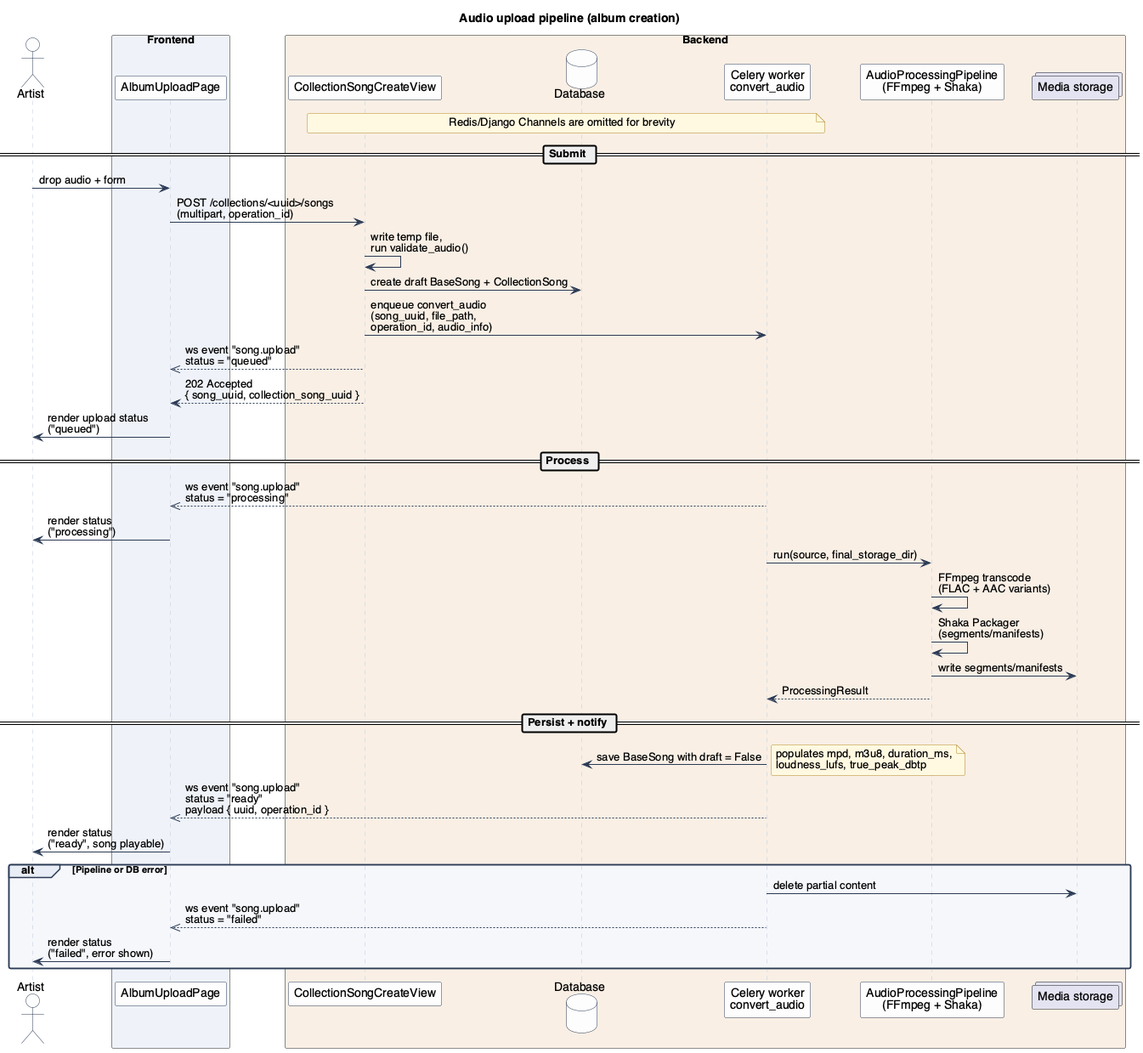
ddrddrr/musikk keeps this PlantUML diagram as text/diagrams/AudioUploadFlow.png. Above is the earlier version. The source it was exported from:
```plantuml
@startuml AudioUploadFlow

!include ../_style.puml

title Audio upload pipeline (album creation)

actor Artist as artist

box "Frontend" #EEF2F8
participant "AlbumUploadPage" as frontend
end box

box "Backend" #F8EFE5
participant "CollectionSongCreateView" as backend
database "Database" as database
participant "Celery worker\nconvert_audio" as worker
participant "AudioProcessingPipeline\n(FFmpeg + Shaka)" as audio_pipeline
collections "Media storage" as media_storage
end box

note over backend, worker
Redis/Django Channels are omitted for brevity
end note

== Submit ==
artist -> frontend : drop audio + form
frontend -> backend : POST /collections/<uuid>/songs\n(multipart, operation_id)
backend -> backend : write temp file,\nrun validate_audio()
backend -> database : create draft BaseSong + CollectionSong
backend -> worker : enqueue convert_audio\n(song_uuid, file_path,\noperation_id, audio_info)
backend -->> frontend : ws event "song.upload"\nstatus = "queued"
backend --> frontend : 202 Accepted\n{ song_uuid, collection_song_uuid }
frontend -> artist : render upload status\n("queued")

== Process ==
worker -->> frontend : ws event "song.upload"\nstatus = "processing"
frontend -> artist : render status\n("processing")
worker -> audio_pipeline : run(source, final_storage_dir)
audio_pipeline -> audio_pipeline : FFmpeg transcode\n(FLAC + AAC variants)
audio_pipeline -> audio_pipeline : Shaka Packager\n(segments/manifests)
audio_pipeline -> media_storage : write segments/manifests
audio_pipeline --> worker : ProcessingResult

== Persist + notify ==
worker -> database : save BaseSong with draft = False
note right
populates mpd, m3u8, duration_ms,
loudness_lufs, true_peak_dbtp
end note
worker -->> frontend : ws event "song.upload"\nstatus = "ready"\npayload { uuid, operation_id }
frontend -> artist : render status\n("ready", song playable)

alt Pipeline or DB error
worker -> media_storage : delete partial content
worker -->> frontend : ws event "song.upload"\nstatus = "failed"
frontend -> artist : render status\n("failed", error shown)
end

@enduml
```
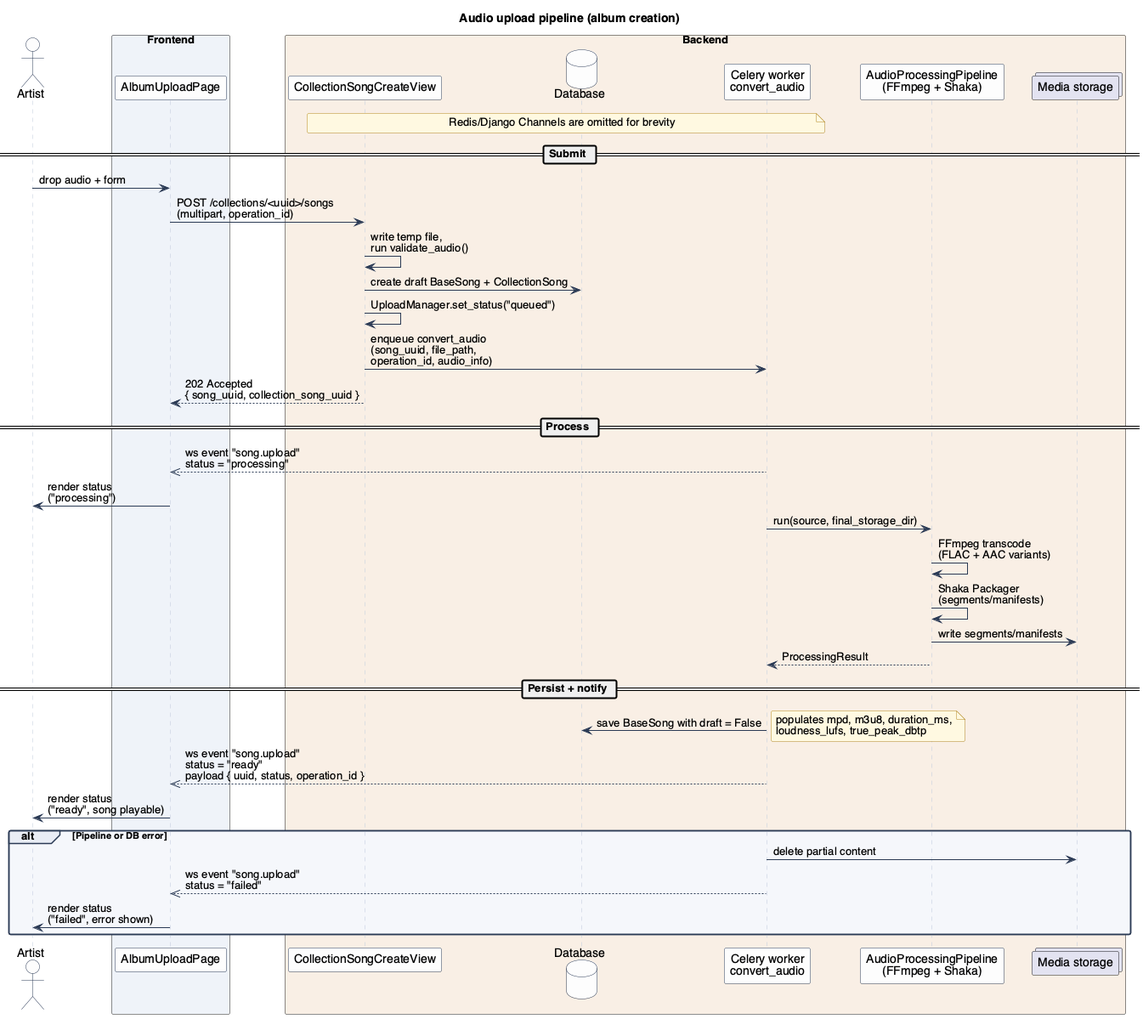
After the change.

Diff of the diagram source:
```diff
@@ -27,10 +27,9 @@
 frontend -> backend : POST /collections/<uuid>/songs\n(multipart, operation_id)
 backend -> backend : write temp file,\nrun validate_audio()
 backend -> database : create draft BaseSong + CollectionSong
+backend -> backend : UploadManager.set_status("queued")
 backend -> worker : enqueue convert_audio\n(song_uuid, file_path,\noperation_id, audio_info)
-backend -->> frontend : ws event "song.upload"\nstatus = "queued"
 backend --> frontend : 202 Accepted\n{ song_uuid, collection_song_uuid }
-frontend -> artist : render upload status\n("queued")
 
 == Process ==
 worker -->> frontend : ws event "song.upload"\nstatus = "processing"
@@ -47,7 +46,7 @@
 populates mpd, m3u8, duration_ms,
 loudness_lufs, true_peak_dbtp
 end note
-worker -->> frontend : ws event "song.upload"\nstatus = "ready"\npayload { uuid, operation_id }
+worker -->> frontend : ws event "song.upload"\nstatus = "ready"\npayload { uuid, status, operation_id }
 frontend -> artist : render status\n("ready", song playable)
 
 alt Pipeline or DB error
```
